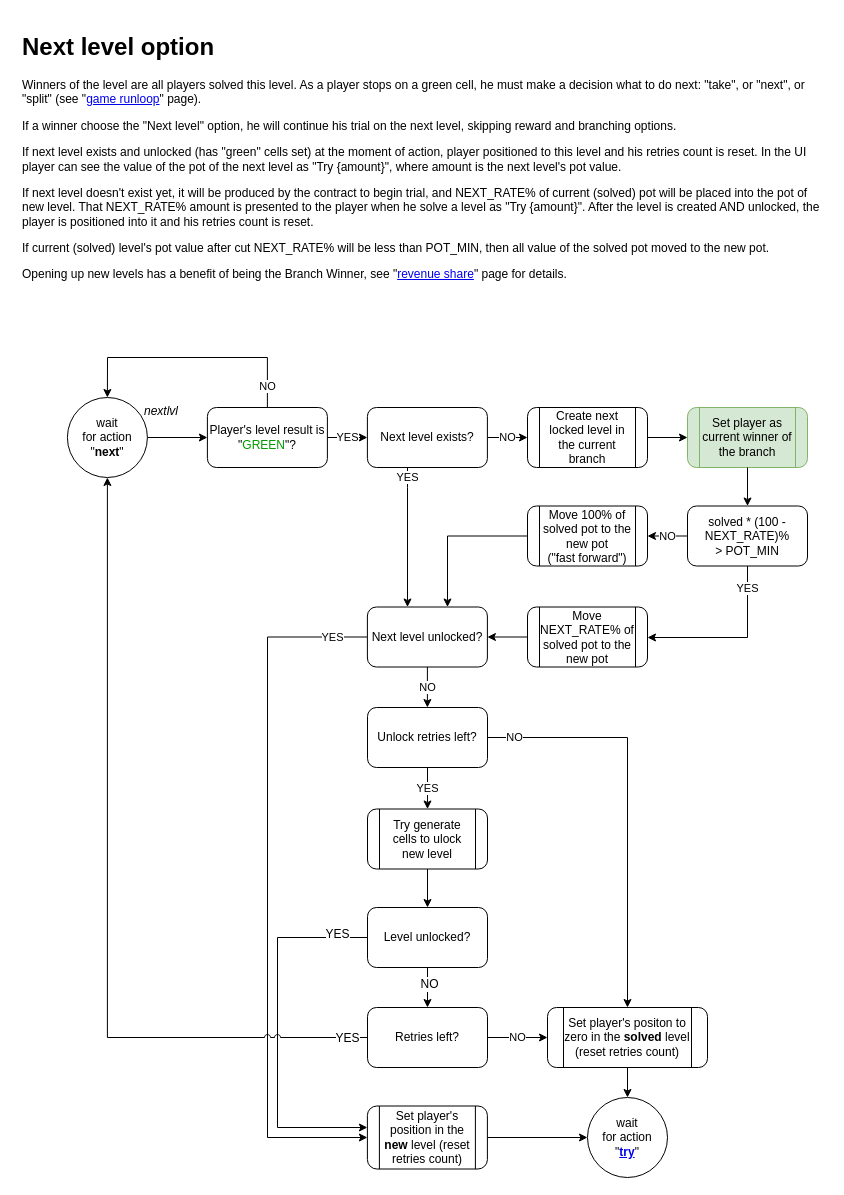
The draw.io diagram page "next" (8 of 14) of ia/WOFFLER IA.drawio in cptn-solo/woffler_contract, before the edit. Source tidied: cells renumbered, new cells numbered last; positions are measured from the earlier drawing's top-left corner, leaving out a move shared by most shapes. Both pictures are drawn from the tidied source at 100%, with x=0, y=0 at pixel (17, 27).
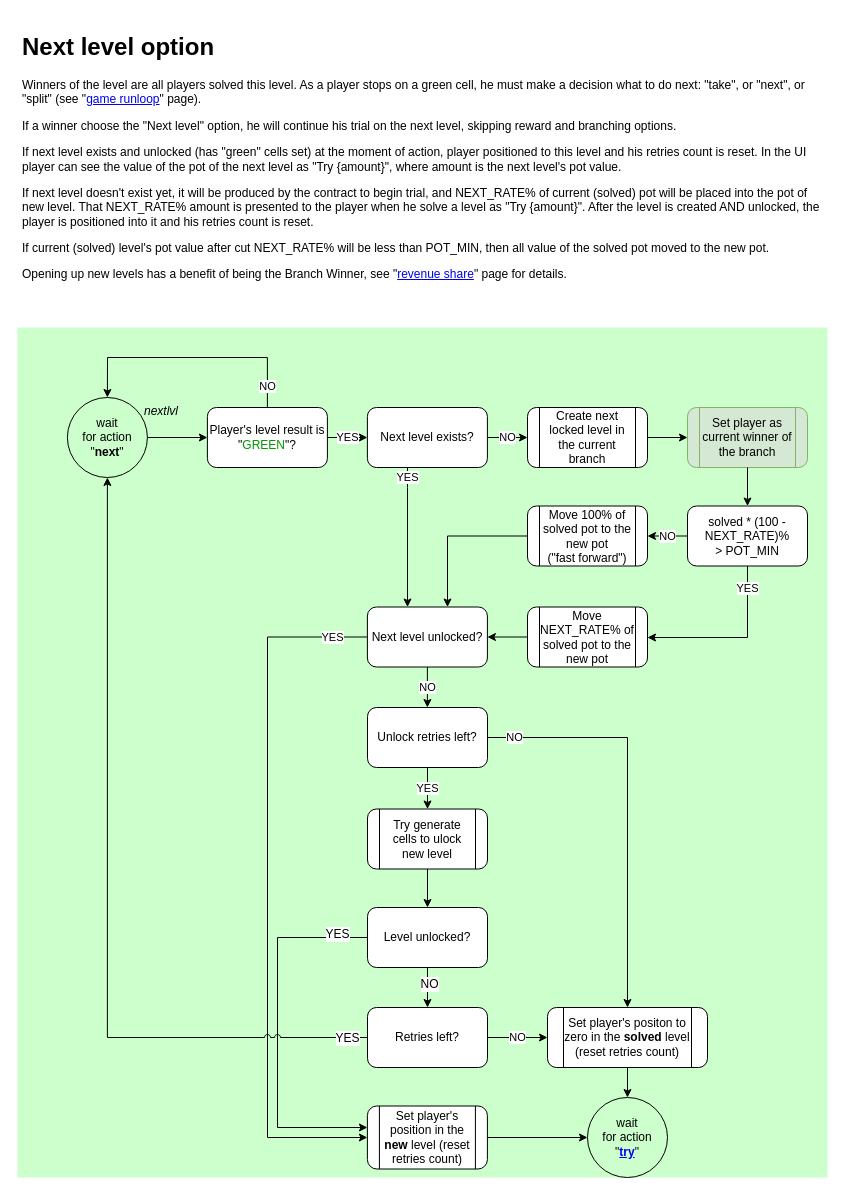
The same diagram, later.

The edit, as a diff of the source:
```diff
@@
+    <mxCell id="47" parent="0" />
+    <mxCell id="48" style="rounded=0;whiteSpace=wrap;html=1;rotation=0;strokeColor=none;fillColor=#CCFFCC;" parent="47" vertex="1">
+      <mxGeometry y="300" width="810" height="850" as="geometry" />
+    </mxCell>
```
